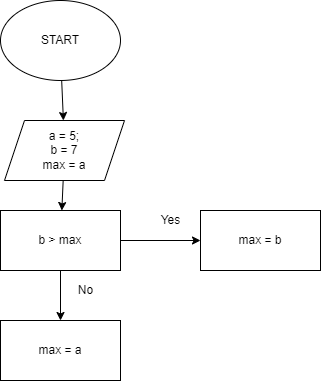
Above: Task1/task1.drawio.png in Justjane2/Homework1 (draw.io), before the change. Source tidied: cells renumbered, new cells last; positions are measured from the earlier drawing's top-left corner, leaving out a move shared by most shapes. Source of this version:
```xml
<mxGraphModel>
  <root>
    <mxCell id="0" />
    <mxCell id="1" parent="0" />
    <mxCell id="2" style="edgeStyle=none;html=1;" parent="1" edge="1" source="3" target="5">
      <mxGeometry relative="1" as="geometry" />
    </mxCell>
    <mxCell id="3" value="START" style="ellipse;whiteSpace=wrap;html=1;" parent="1" vertex="1">
      <mxGeometry width="120" height="80" as="geometry" />
    </mxCell>
    <mxCell id="4" style="edgeStyle=none;html=1;" parent="1" edge="1" source="5" target="8">
      <mxGeometry relative="1" as="geometry" />
    </mxCell>
    <mxCell id="5" value="a = 5;&lt;br&gt;b = 7&lt;br&gt;max = a" style="shape=parallelogram;perimeter=parallelogramPerimeter;whiteSpace=wrap;html=1;fixedSize=1;" parent="1" vertex="1">
      <mxGeometry x="4" y="120" width="120" height="60" as="geometry" />
    </mxCell>
    <mxCell id="6" style="edgeStyle=none;html=1;" parent="1" edge="1" source="8" target="9">
      <mxGeometry relative="1" as="geometry" />
    </mxCell>
    <mxCell id="7" style="edgeStyle=none;html=1;" parent="1" edge="1" source="8" target="11">
      <mxGeometry relative="1" as="geometry" />
    </mxCell>
    <mxCell id="8" value="b &amp;gt; max" style="rounded=0;whiteSpace=wrap;html=1;" parent="1" vertex="1">
      <mxGeometry y="210" width="120" height="60" as="geometry" />
    </mxCell>
    <mxCell id="9" value="max = b" style="whiteSpace=wrap;html=1;rounded=0;" parent="1" vertex="1">
      <mxGeometry x="200" y="210" width="120" height="60" as="geometry" />
    </mxCell>
    <mxCell id="10" value="Yes" style="text;html=1;align=center;verticalAlign=middle;strokeColor=none;fillColor=none;" parent="1" vertex="1">
      <mxGeometry x="155" y="210" width="30" height="20" as="geometry" />
    </mxCell>
    <mxCell id="11" value="max = a" style="whiteSpace=wrap;html=1;rounded=0;" parent="1" vertex="1">
      <mxGeometry y="320" width="120" height="60" as="geometry" />
    </mxCell>
    <mxCell id="12" value="No" style="text;html=1;align=center;verticalAlign=middle;strokeColor=none;fillColor=none;" parent="1" vertex="1">
      <mxGeometry x="70" y="280" width="30" height="20" as="geometry" />
    </mxCell>
  </root>
</mxGraphModel>
```
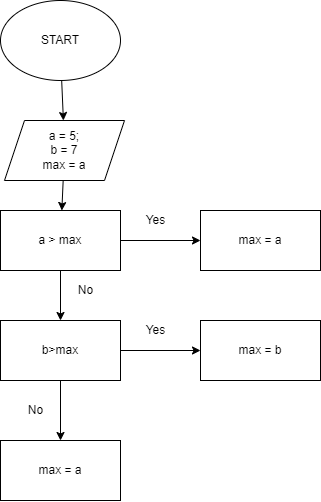
The same diagram one commit later.

What changed in the source:
```diff
@@ -20,20 +20,38 @@
     <mxCell id="7" style="edgeStyle=none;html=1;" parent="1" edge="1" source="8" target="11">
       <mxGeometry relative="1" as="geometry" />
     </mxCell>
-    <mxCell id="8" value="b &amp;gt; max" style="rounded=0;whiteSpace=wrap;html=1;" parent="1" vertex="1">
+    <mxCell id="8" value="a &amp;gt; max" style="rounded=0;whiteSpace=wrap;html=1;" parent="1" vertex="1">
       <mxGeometry y="210" width="120" height="60" as="geometry" />
     </mxCell>
-    <mxCell id="9" value="max = b" style="whiteSpace=wrap;html=1;rounded=0;" parent="1" vertex="1">
+    <mxCell id="9" value="max = a" style="whiteSpace=wrap;html=1;rounded=0;" parent="1" vertex="1">
       <mxGeometry x="200" y="210" width="120" height="60" as="geometry" />
     </mxCell>
     <mxCell id="10" value="Yes" style="text;html=1;align=center;verticalAlign=middle;strokeColor=none;fillColor=none;" parent="1" vertex="1">
-      <mxGeometry x="155" y="210" width="30" height="20" as="geometry" />
+      <mxGeometry x="140" y="210" width="30" height="20" as="geometry" />
     </mxCell>
+    <mxCell id="13" style="edgeStyle=none;html=1;" parent="1" edge="1" source="11" target="15">
+      <mxGeometry relative="1" as="geometry" />
+    </mxCell>
+    <mxCell id="14" style="edgeStyle=none;html=1;" parent="1" edge="1" source="11" target="17">
+      <mxGeometry relative="1" as="geometry" />
+    </mxCell>
-    <mxCell id="11" value="max = a" style="whiteSpace=wrap;html=1;rounded=0;" parent="1" vertex="1">
+    <mxCell id="11" value="b&amp;gt;max" style="whiteSpace=wrap;html=1;rounded=0;" parent="1" vertex="1">
       <mxGeometry y="320" width="120" height="60" as="geometry" />
     </mxCell>
     <mxCell id="12" value="No" style="text;html=1;align=center;verticalAlign=middle;strokeColor=none;fillColor=none;" parent="1" vertex="1">
       <mxGeometry x="70" y="280" width="30" height="20" as="geometry" />
     </mxCell>
+    <mxCell id="15" value="max = b" style="whiteSpace=wrap;html=1;rounded=0;" parent="1" vertex="1">
+      <mxGeometry x="200" y="320" width="120" height="60" as="geometry" />
+    </mxCell>
+    <mxCell id="16" value="Yes" style="text;html=1;align=center;verticalAlign=middle;strokeColor=none;fillColor=none;" parent="1" vertex="1">
+      <mxGeometry x="140" y="320" width="30" height="20" as="geometry" />
+    </mxCell>
+    <mxCell id="17" value="max = a" style="whiteSpace=wrap;html=1;rounded=0;" parent="1" vertex="1">
+      <mxGeometry y="440" width="120" height="60" as="geometry" />
+    </mxCell>
+    <mxCell id="18" value="No" style="text;html=1;align=center;verticalAlign=middle;strokeColor=none;fillColor=none;" parent="1" vertex="1">
+      <mxGeometry x="20" y="400" width="30" height="20" as="geometry" />
+    </mxCell>
   </root>
 </mxGraphModel>
```
